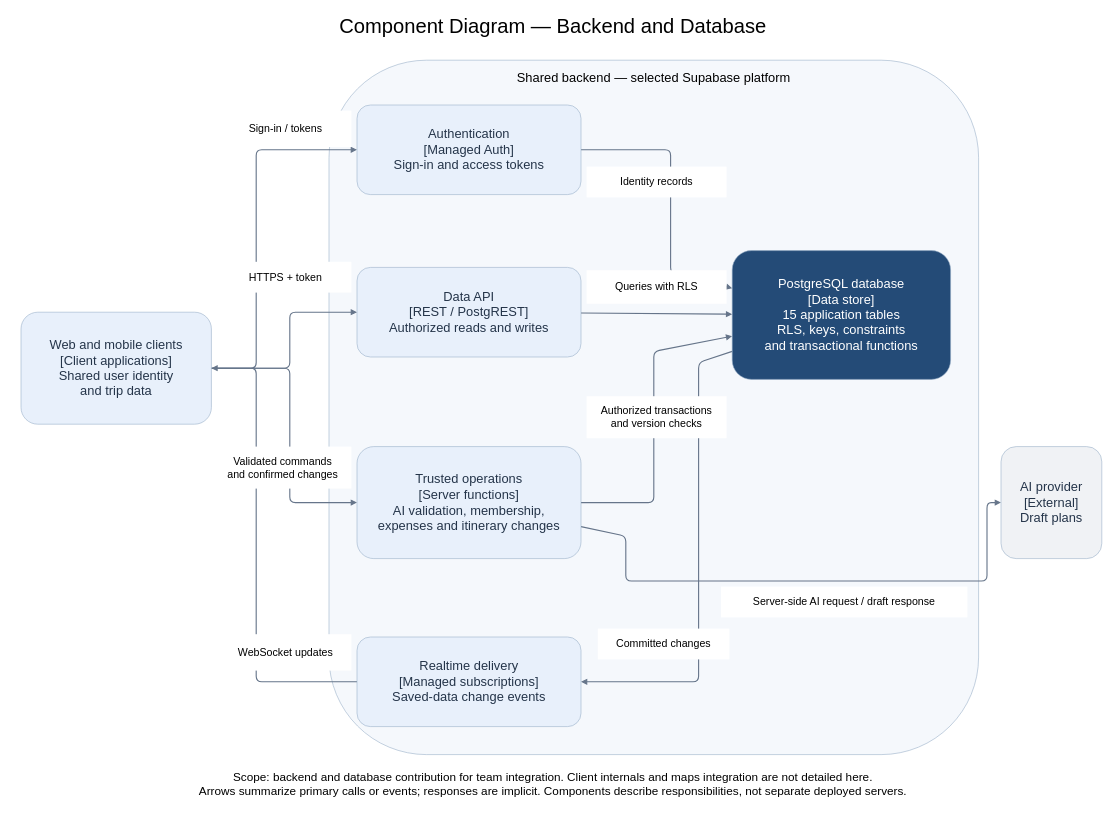
Before: diagrams/backend-components.drawio in yer455yl/collaborative-trip-planning, a draw.io diagram. Source tidied: cells renumbered, new cells numbered last; positions are measured from the earlier drawing's top-left corner, leaving out a move shared by most shapes. Both pictures are drawn from the tidied source at 56%, with x=0, y=0 at pixel (10, 10).
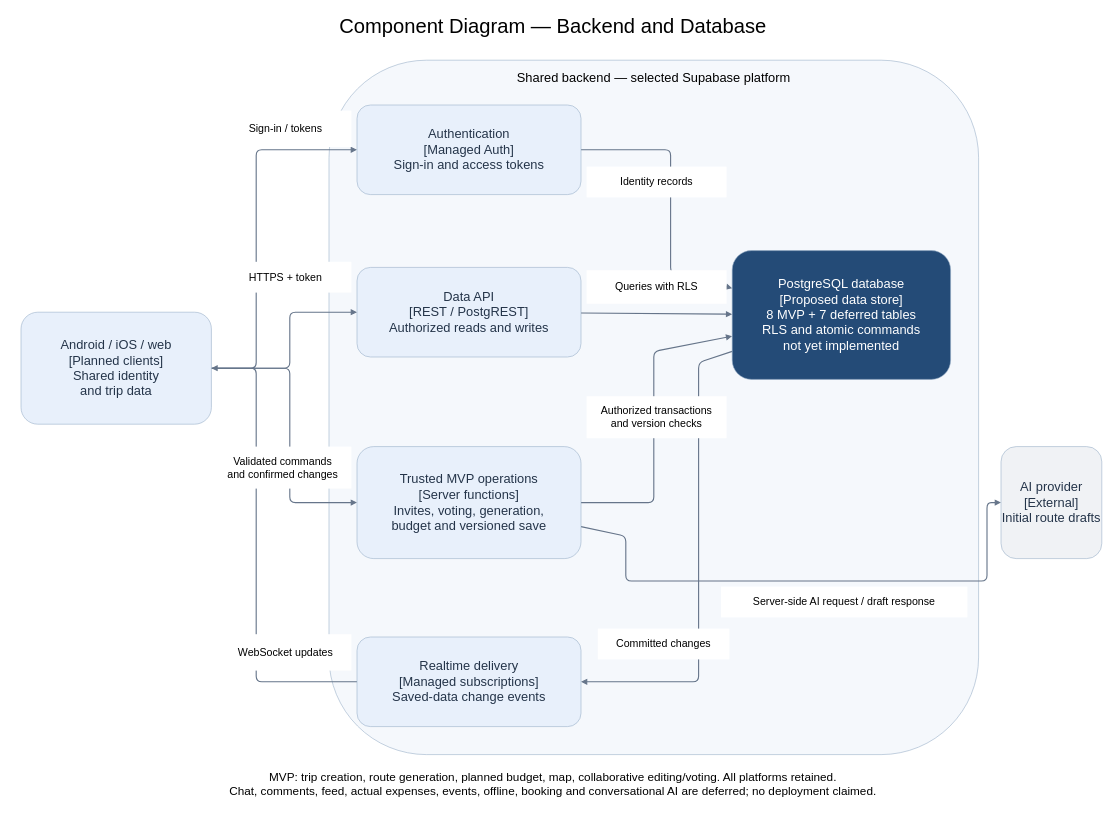
The same page after the edit.

Diff of the diagram source:
```diff
@@
-    <mxCell id="14" value="Web and mobile clients&#10;[Client applications]&#10;Shared user identity&#10;and trip data" style="rounded=1;whiteSpace=wrap;html=0;fillColor=#e8f0fb;strokeColor=#96acc6;fontColor=#243449;fontSize=23;align=center;verticalAlign=middle;" parent="1" vertex="1">
+    <mxCell id="14" value="Android / iOS / web&#10;[Planned clients]&#10;Shared identity&#10;and trip data" style="rounded=1;whiteSpace=wrap;html=0;fillColor=#e8f0fb;strokeColor=#96acc6;fontColor=#243449;fontSize=23;align=center;verticalAlign=middle;" parent="1" vertex="1">
       <mxGeometry x="20" y="540" width="340" height="200" as="geometry" />
     </mxCell>
@@
-    <mxCell id="17" value="Trusted operations&#10;[Server functions]&#10;AI validation, membership,&#10;expenses and itinerary changes" style="rounded=1;whiteSpace=wrap;html=0;fillColor=#e8f0fb;strokeColor=#96acc6;fontColor=#243449;fontSize=23;align=center;verticalAlign=middle;" parent="1" vertex="1">
+    <mxCell id="17" value="Trusted MVP operations&#10;[Server functions]&#10;Invites, voting, generation,&#10;budget and versioned save" style="rounded=1;whiteSpace=wrap;html=0;fillColor=#e8f0fb;strokeColor=#96acc6;fontColor=#243449;fontSize=23;align=center;verticalAlign=middle;" parent="1" vertex="1">
       <mxGeometry x="620" y="780" width="400" height="200" as="geometry" />
     </mxCell>
@@
-    <mxCell id="19" value="PostgreSQL database&#10;[Data store]&#10;15 application tables&#10;RLS, keys, constraints&#10;and transactional functions" style="rounded=1;whiteSpace=wrap;html=0;fillColor=#244b77;strokeColor=#96acc6;fontColor=#ffffff;fontSize=23;align=center;verticalAlign=middle;" parent="1" vertex="1">
+    <mxCell id="19" value="PostgreSQL database&#10;[Proposed data store]&#10;8 MVP + 7 deferred tables&#10;RLS and atomic commands&#10;not yet implemented" style="rounded=1;whiteSpace=wrap;html=0;fillColor=#244b77;strokeColor=#96acc6;fontColor=#ffffff;fontSize=23;align=center;verticalAlign=middle;" parent="1" vertex="1">
       <mxGeometry x="1290" y="430" width="390" height="230" as="geometry" />
     </mxCell>
-    <mxCell id="20" value="AI provider&#10;[External]&#10;Draft plans" style="rounded=1;whiteSpace=wrap;html=0;fillColor=#f0f2f5;strokeColor=#96acc6;fontColor=#243449;fontSize=23;align=center;verticalAlign=middle;" parent="1" vertex="1">
+    <mxCell id="20" value="AI provider&#10;[External]&#10;Initial route drafts" style="rounded=1;whiteSpace=wrap;html=0;fillColor=#f0f2f5;strokeColor=#96acc6;fontColor=#243449;fontSize=23;align=center;verticalAlign=middle;" parent="1" vertex="1">
       <mxGeometry x="1770" y="780" width="180" height="200" as="geometry" />
     </mxCell>
@@
-    <mxCell id="30" value="Scope: backend and database contribution for team integration. Client internals and maps integration are not detailed here.&#10;Arrows summarize primary calls or events; responses are implicit. Components describe responsibilities, not separate deployed servers." style="text;html=0;whiteSpace=wrap;fontSize=21;align=center;" parent="1" vertex="1">
+    <mxCell id="30" value="MVP: trip creation, route generation, planned budget, map, collaborative editing/voting. All platforms retained.&#10;Chat, comments, feed, actual expenses, events, offline, booking and conversational AI are deferred; no deployment claimed." style="text;html=0;whiteSpace=wrap;fontSize=21;align=center;" parent="1" vertex="1">
       <mxGeometry x="20" y="1350" width="1900" height="85" as="geometry" />
     </mxCell>
```
